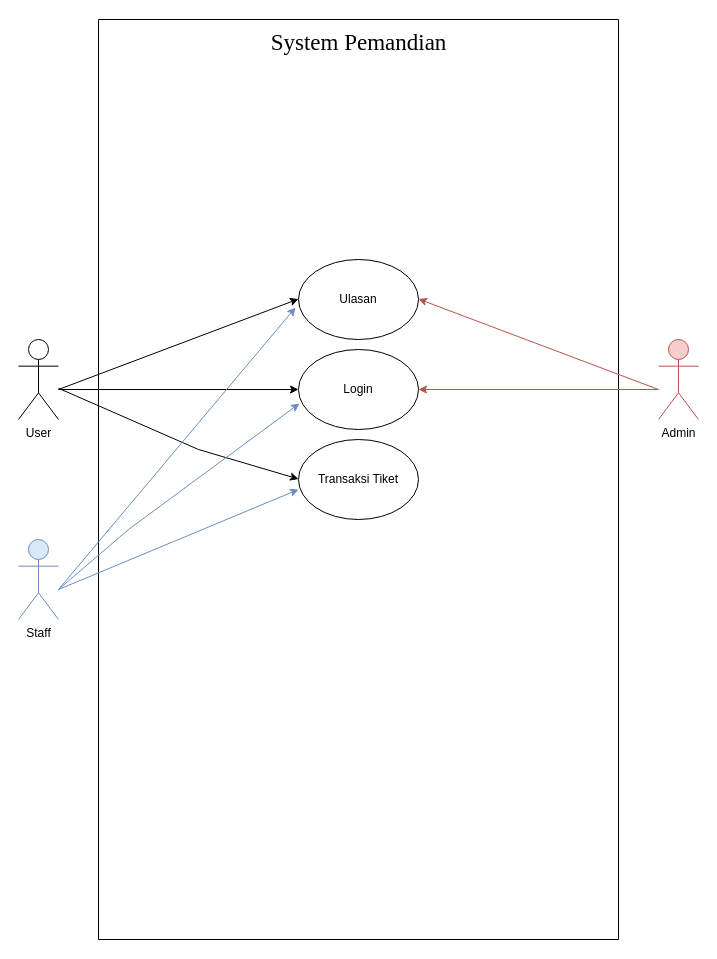
This is usecase.drawio from Aiyub150/Pemandian, a draw.io file, before an edit. Source tidied: cells renumbered, new cells numbered last; positions are measured from the earlier drawing's top-left corner, leaving out a move shared by most shapes. Both pictures are drawn from the tidied source at 100%, with x=0, y=0 at pixel (18, 19).
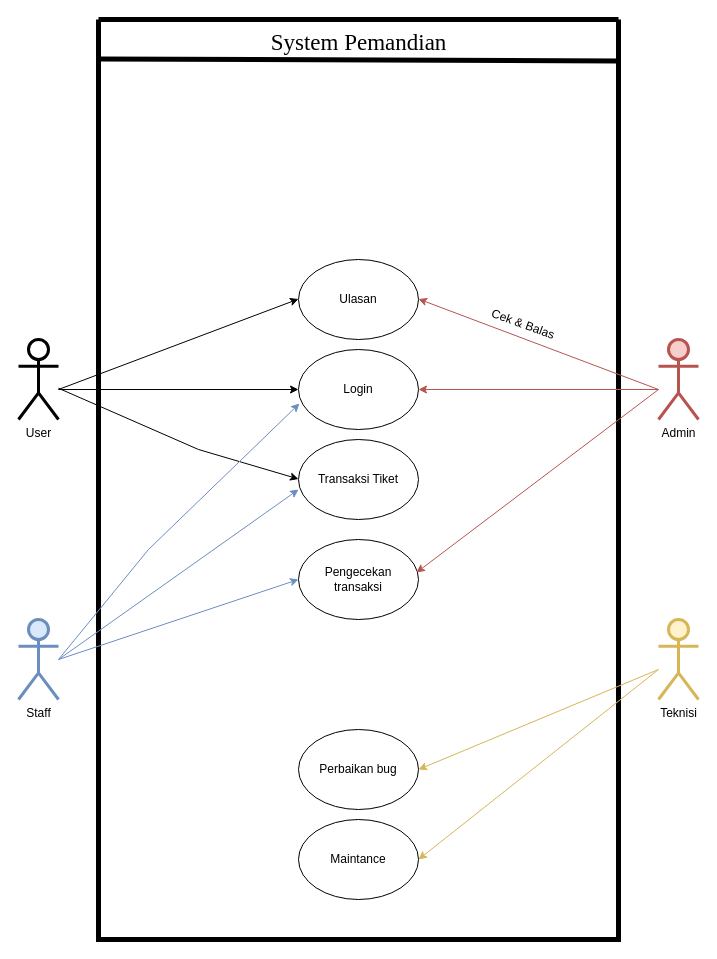
After the change.

Unchanged cells that the change refers to:
```xml
<mxCell id="6" value="Ulasan" style="ellipse;whiteSpace=wrap;html=1;" parent="2" vertex="1">
  <mxGeometry x="200" y="240" width="120" height="80" as="geometry" />
</mxCell>
<mxCell id="13" value="Login" style="ellipse;whiteSpace=wrap;html=1;" parent="1" vertex="1">
  <mxGeometry x="280" y="330" width="120" height="80" as="geometry" />
</mxCell>
```

The edit, as a diff of the source:
```diff
@@
-    <mxCell id="2" style="swimlane;startSize=0;fillColor=#000000;fillStyle=auto;" parent="1" vertex="1">
+    <mxCell id="2" style="swimlane;startSize=0;fillColor=#000000;fillStyle=auto;strokeWidth=5;" parent="1" vertex="1">
       <mxGeometry x="80" width="520" height="920" as="geometry" />
     </mxCell>
@@
     <mxCell id="5" style="endArrow=classic;html=1;rounded=0;entryX=0;entryY=0.5;entryDx=0;entryDy=0;fillColor=#dae8fc;strokeColor=#6c8ebf;" parent="2" edge="1">
       <mxGeometry relative="1" as="geometry">
-        <mxPoint x="-40" y="570" as="sourcePoint" />
+        <mxPoint x="-40" y="640" as="sourcePoint" />
         <mxPoint x="200" y="470" as="targetPoint" />
       </mxGeometry>
     </mxCell>
@@
+    <mxCell id="18" value="Maintance" style="ellipse;whiteSpace=wrap;html=1;" parent="2" vertex="1">
+      <mxGeometry x="200" y="800" width="120" height="80" as="geometry" />
+    </mxCell>
+    <mxCell id="19" value="Perbaikan bug" style="ellipse;whiteSpace=wrap;html=1;" parent="2" vertex="1">
+      <mxGeometry x="200" y="710" width="120" height="80" as="geometry" />
+    </mxCell>
+    <mxCell id="20" value="Pengecekan&lt;br&gt;transaksi" style="ellipse;whiteSpace=wrap;html=1;" parent="2" vertex="1">
+      <mxGeometry x="200" y="520" width="120" height="80" as="geometry" />
+    </mxCell>
+    <mxCell id="21" value="Cek &amp;amp; Balas" style="text;html=1;strokeColor=none;fillColor=none;align=center;verticalAlign=middle;whiteSpace=wrap;rounded=0;rotation=20;" parent="2" vertex="1">
+      <mxGeometry x="390" y="290" width="70" height="30" as="geometry" />
+    </mxCell>
@@
-    <mxCell id="10" value="User&lt;br&gt;" style="shape=umlActor;verticalLabelPosition=bottom;verticalAlign=top;html=1;outlineConnect=0;" parent="1" vertex="1">
+    <mxCell id="10" value="User&lt;br&gt;" style="shape=umlActor;verticalLabelPosition=bottom;verticalAlign=top;html=1;outlineConnect=0;strokeWidth=3;" parent="1" vertex="1">
       <mxGeometry y="320" width="40" height="80" as="geometry" />
     </mxCell>
-    <mxCell id="11" value="Admin" style="shape=umlActor;verticalLabelPosition=bottom;verticalAlign=top;html=1;fillColor=#f8cecc;strokeColor=#b85450;" parent="1" vertex="1">
+    <mxCell id="11" value="Admin" style="shape=umlActor;verticalLabelPosition=bottom;verticalAlign=top;html=1;fillColor=#f8cecc;strokeColor=#b85450;strokeWidth=3;" parent="1" vertex="1">
       <mxGeometry x="640" y="320" width="40" height="80" as="geometry" />
     </mxCell>
-    <mxCell id="12" value="Staff" style="shape=umlActor;verticalLabelPosition=bottom;verticalAlign=top;html=1;fillColor=#dae8fc;strokeColor=#6c8ebf;" parent="1" vertex="1">
-      <mxGeometry y="520" width="40" height="80" as="geometry" />
+    <mxCell id="12" value="Staff" style="shape=umlActor;verticalLabelPosition=bottom;verticalAlign=top;html=1;fillColor=#dae8fc;strokeColor=#6c8ebf;strokeWidth=3;" parent="1" vertex="1">
+      <mxGeometry y="600" width="40" height="80" as="geometry" />
     </mxCell>
@@
     <mxCell id="14" style="endArrow=classic;html=1;rounded=0;entryX=0.008;entryY=0.675;entryDx=0;entryDy=0;entryPerimeter=0;fillColor=#dae8fc;strokeColor=#6c8ebf;" parent="1" edge="1" target="13">
       <mxGeometry relative="1" as="geometry">
-        <mxPoint x="40" y="570" as="sourcePoint" />
+        <mxPoint x="40" y="640" as="sourcePoint" />
         <Array as="points">
-          <mxPoint x="110" y="510" />
+          <mxPoint x="130" y="530" />
         </Array>
       </mxGeometry>
     </mxCell>
@@
-    <mxCell id="17" style="endArrow=classic;html=1;rounded=0;entryX=-0.025;entryY=0.6;entryDx=0;entryDy=0;fillColor=#dae8fc;strokeColor=#6c8ebf;entryPerimeter=0;" parent="1" edge="1" target="6">
-      <mxGeometry relative="1" as="geometry">
-        <mxPoint x="40" y="570" as="sourcePoint" />
-      </mxGeometry>
-    </mxCell>
+    <mxCell id="22" value="Teknisi" style="shape=umlActor;verticalLabelPosition=bottom;verticalAlign=top;html=1;fillColor=#fff2cc;strokeColor=#d6b656;strokeWidth=3;" parent="1" vertex="1">
+      <mxGeometry x="640" y="600" width="40" height="80" as="geometry" />
+    </mxCell>
+    <mxCell id="23" style="endArrow=classic;html=1;rounded=0;entryX=1;entryY=0.5;entryDx=0;entryDy=0;fillColor=#fff2cc;strokeColor=#d6b656;" parent="1" edge="1" target="19">
+      <mxGeometry relative="1" as="geometry">
+        <mxPoint x="640" y="650" as="sourcePoint" />
+      </mxGeometry>
+    </mxCell>
+    <mxCell id="24" style="endArrow=classic;html=1;rounded=0;entryX=1;entryY=0.5;entryDx=0;entryDy=0;fillColor=#fff2cc;strokeColor=#d6b656;" parent="1" edge="1" target="18">
+      <mxGeometry relative="1" as="geometry">
+        <mxPoint x="640" y="650" as="sourcePoint" />
+      </mxGeometry>
+    </mxCell>
+    <mxCell id="25" style="endArrow=classic;html=1;rounded=0;entryX=0.983;entryY=0.413;entryDx=0;entryDy=0;fillColor=#f8cecc;strokeColor=#b85450;entryPerimeter=0;" parent="1" edge="1" target="20">
+      <mxGeometry relative="1" as="geometry">
+        <mxPoint x="640" y="370" as="sourcePoint" />
+      </mxGeometry>
+    </mxCell>
+    <mxCell id="26" style="endArrow=classic;html=1;rounded=0;entryX=0;entryY=0.5;entryDx=0;entryDy=0;fillColor=#dae8fc;strokeColor=#6c8ebf;" parent="1" edge="1" target="20">
+      <mxGeometry relative="1" as="geometry">
+        <mxPoint x="40" y="640" as="sourcePoint" />
+      </mxGeometry>
+    </mxCell>
+    <mxCell id="27" style="endArrow=none;html=1;rounded=0;exitX=0;exitY=0.043;exitDx=0;exitDy=0;exitPerimeter=0;entryX=1;entryY=0.045;entryDx=0;entryDy=0;entryPerimeter=0;strokeWidth=5;" parent="1" edge="1" source="2" target="2">
+      <mxGeometry relative="1" as="geometry" />
+    </mxCell>
```
